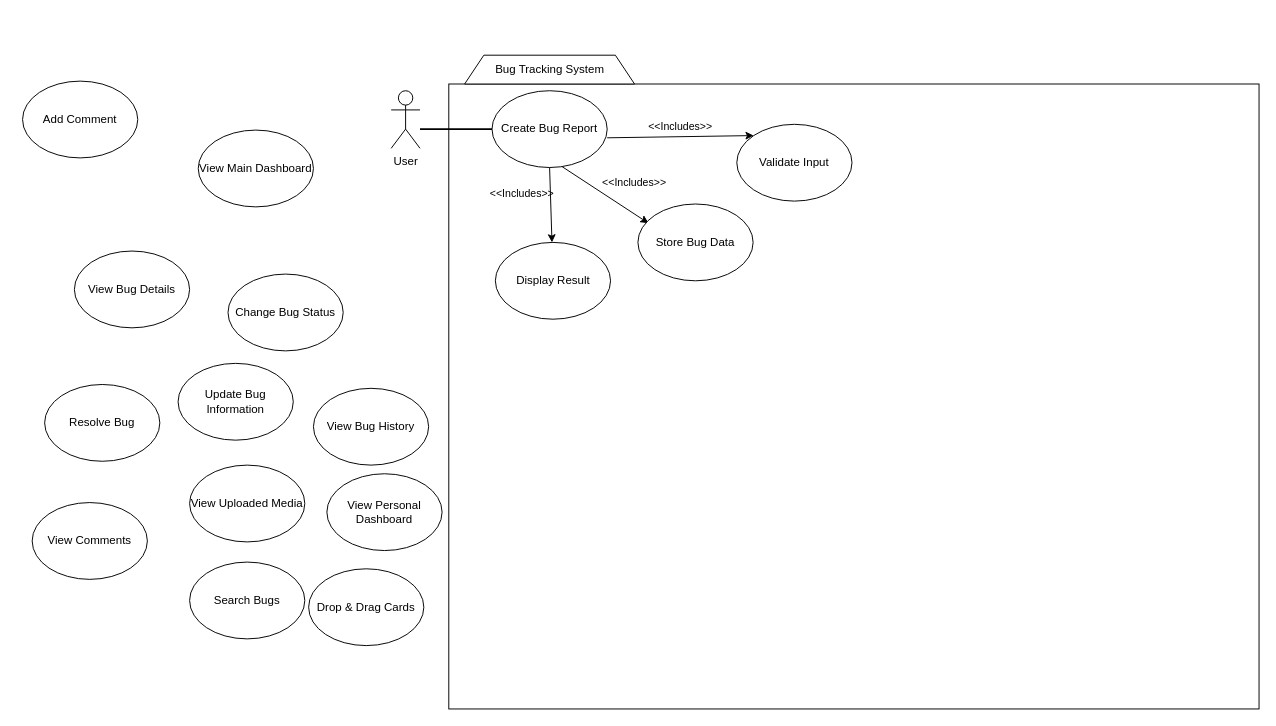
Above: UML-Diagrams/Use-Case-Diagram.drawio in ConradCJM/Bug-Terra (draw.io), before the change. Source tidied: cells renumbered, new cells numbered last; positions are measured from the earlier drawing's top-left corner, leaving out a move shared by most shapes. Both pictures are drawn from the tidied source at 96%, with x=0, y=0 at pixel (22, 55).
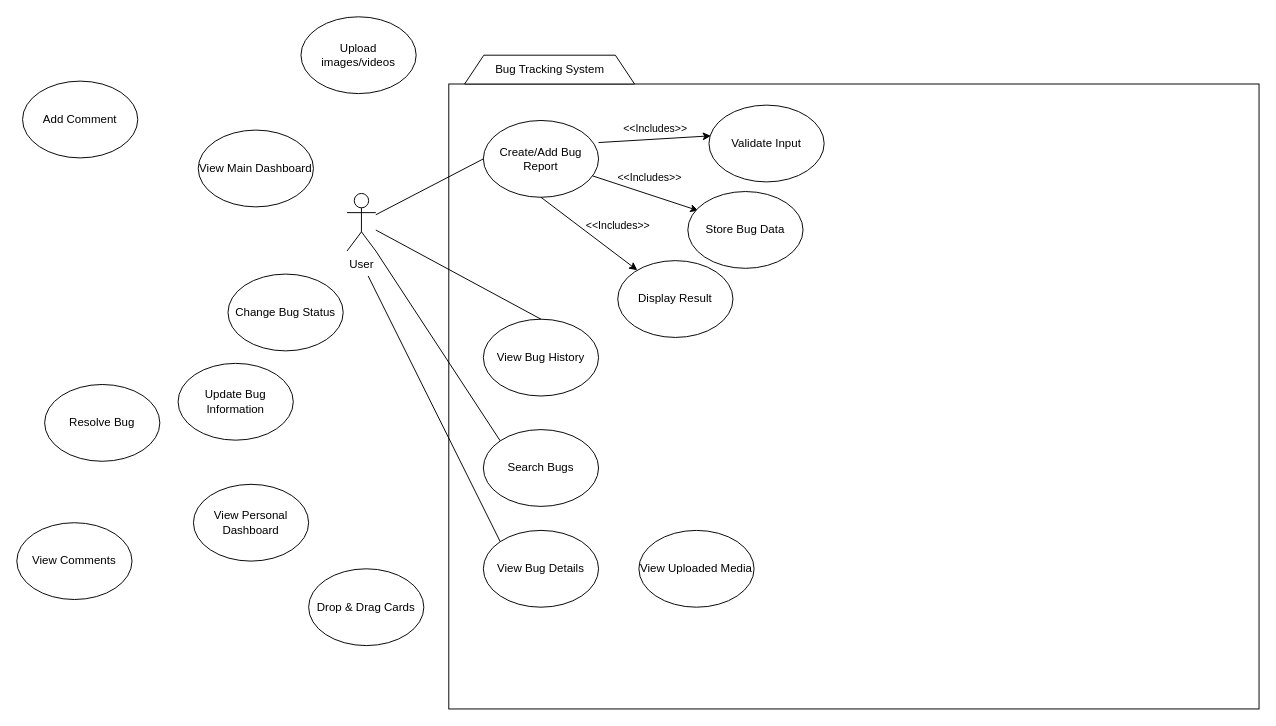
The same page after the edit.

The change refers to these unchanged cells:
```xml
<mxCell id="14" style="endArrow=classic;html=1;rounded=0;exitX=0.5;exitY=1;exitDx=0;exitDy=0;" parent="1" edge="1" source="9" target="12">
  <mxGeometry relative="1" as="geometry" />
</mxCell>
```

Diff of the diagram source:
```diff
@@
     <mxCell id="2" value="User" style="shape=umlActor;verticalLabelPosition=bottom;verticalAlign=top;html=1;outlineConnect=0;" parent="1" vertex="1">
-      <mxGeometry x="384" y="37" width="30" height="60" as="geometry" />
+      <mxGeometry x="338" y="144" width="30" height="60" as="geometry" />
     </mxCell>
@@
-    <mxCell id="5" style="rounded=0;jettySize=auto;html=1;exitX=1;exitY=0.613;exitDx=0;exitDy=0;entryX=0;entryY=0;entryDx=0;entryDy=0;exitPerimeter=0;" parent="1" edge="1" source="9" target="10">
-      <mxGeometry relative="1" as="geometry" />
+    <mxCell id="5" style="rounded=0;jettySize=auto;html=1;entryX=0.017;entryY=0.4;entryDx=0;entryDy=0;entryPerimeter=0;" parent="1" edge="1" target="10">
+      <mxGeometry relative="1" as="geometry">
+        <mxPoint x="600" y="91" as="sourcePoint" />
+      </mxGeometry>
     </mxCell>
@@
-    <mxCell id="7" style="rounded=0;jettySize=auto;html=1;entryX=0.092;entryY=0.25;entryDx=0;entryDy=0;flowAnimation=0;exitX=0.608;exitY=0.988;exitDx=0;exitDy=0;exitPerimeter=0;entryPerimeter=0;" parent="1" edge="1" source="9" target="11">
+    <mxCell id="7" style="rounded=0;jettySize=auto;html=1;entryX=0.092;entryY=0.25;entryDx=0;entryDy=0;flowAnimation=0;entryPerimeter=0;" parent="1" edge="1" source="9" target="11">
       <mxGeometry relative="1" as="geometry" />
     </mxCell>
     <mxCell id="8" value="&amp;lt;&amp;lt;Includes&amp;gt;&amp;gt;" style="edgeLabel;html=1;align=center;verticalAlign=middle;labelBackgroundColor=none;" parent="7" vertex="1">
       <mxGeometry x="0.09" y="1" relative="1" as="geometry">
-        <mxPoint x="25" y="-15" as="offset" />
+        <mxPoint x="-1" y="-17" as="offset" />
       </mxGeometry>
     </mxCell>
-    <mxCell id="9" value="Create Bug Report" style="ellipse;whiteSpace=wrap;html=1;" parent="1" vertex="1">
-      <mxGeometry x="489" y="37" width="120" height="80" as="geometry" />
+    <mxCell id="9" value="Create/Add Bug Report" style="ellipse;whiteSpace=wrap;html=1;" parent="1" vertex="1">
+      <mxGeometry x="480" y="68" width="120" height="80" as="geometry" />
     </mxCell>
     <mxCell id="10" value="Validate Input" style="ellipse;whiteSpace=wrap;html=1;" parent="1" vertex="1">
-      <mxGeometry x="744" y="72" width="120" height="80" as="geometry" />
+      <mxGeometry x="715" y="52" width="120" height="80" as="geometry" />
     </mxCell>
     <mxCell id="11" value="Store Bug Data" style="ellipse;whiteSpace=wrap;html=1;" parent="1" vertex="1">
-      <mxGeometry x="641" y="155" width="120" height="80" as="geometry" />
+      <mxGeometry x="693" y="142" width="120" height="80" as="geometry" />
     </mxCell>
     <mxCell id="12" value="Display Result" style="ellipse;whiteSpace=wrap;html=1;" parent="1" vertex="1">
-      <mxGeometry x="492.5" y="195" width="120" height="80" as="geometry" />
+      <mxGeometry x="620" y="214" width="120" height="80" as="geometry" />
     </mxCell>
-    <mxCell id="13" style="endArrow=none;html=1;rounded=0;exitX=0;exitY=0.5;exitDx=0;exitDy=0;strokeWidth=2;" parent="1" edge="1" source="9">
-      <mxGeometry relative="1" as="geometry">
-        <mxPoint x="414" y="77" as="targetPoint" />
-      </mxGeometry>
+    <mxCell id="13" style="endArrow=none;html=1;rounded=0;exitX=0;exitY=0.5;exitDx=0;exitDy=0;strokeWidth=1;" parent="1" edge="1" source="9" target="2">
+      <mxGeometry relative="1" as="geometry" />
     </mxCell>
@@
     <mxCell id="15" value="&amp;lt;&amp;lt;Includes&amp;gt;&amp;gt;" style="edgeLabel;html=1;align=center;verticalAlign=middle;labelBackgroundColor=none;" parent="14" vertex="1">
       <mxGeometry x="0.15" y="-1" relative="1" as="geometry">
-        <mxPoint x="-30" y="-19" as="offset" />
+        <mxPoint x="23" y="-15" as="offset" />
       </mxGeometry>
     </mxCell>
     <mxCell id="16" value="View Bug Details" style="ellipse;whiteSpace=wrap;html=1;" parent="1" vertex="1">
-      <mxGeometry x="54" y="204" width="120" height="80" as="geometry" />
+      <mxGeometry x="480" y="495" width="120" height="80" as="geometry" />
     </mxCell>
@@
     <mxCell id="20" value="View Comments" style="ellipse;whiteSpace=wrap;html=1;" parent="1" vertex="1">
-      <mxGeometry x="10" y="466" width="120" height="80" as="geometry" />
+      <mxGeometry x="-6" y="487" width="120" height="80" as="geometry" />
     </mxCell>
     <mxCell id="21" value="View Uploaded Media" style="ellipse;whiteSpace=wrap;html=1;" parent="1" vertex="1">
-      <mxGeometry x="174" y="427" width="120" height="80" as="geometry" />
+      <mxGeometry x="642" y="495" width="120" height="80" as="geometry" />
     </mxCell>
     <mxCell id="22" value="Search Bugs" style="ellipse;whiteSpace=wrap;html=1;" parent="1" vertex="1">
-      <mxGeometry x="174" y="528" width="120" height="80" as="geometry" />
+      <mxGeometry x="480" y="390" width="120" height="80" as="geometry" />
     </mxCell>
     <mxCell id="23" value="View Bug History" style="ellipse;whiteSpace=wrap;html=1;" parent="1" vertex="1">
-      <mxGeometry x="303" y="347" width="120" height="80" as="geometry" />
+      <mxGeometry x="480" y="275" width="120" height="80" as="geometry" />
     </mxCell>
     <mxCell id="24" value="View Personal Dashboard" style="ellipse;whiteSpace=wrap;html=1;" parent="1" vertex="1">
-      <mxGeometry x="317" y="436" width="120" height="80" as="geometry" />
+      <mxGeometry x="178" y="447" width="120" height="80" as="geometry" />
     </mxCell>
@@
+    <mxCell id="28" value="Upload images/videos" style="ellipse;whiteSpace=wrap;html=1;" parent="1" vertex="1">
+      <mxGeometry x="290" y="-40" width="120" height="80" as="geometry" />
+    </mxCell>
+    <mxCell id="29" style="endArrow=none;html=1;rounded=0;exitX=0.5;exitY=0;exitDx=0;exitDy=0;strokeWidth=1;" parent="1" edge="1" source="23" target="2">
+      <mxGeometry relative="1" as="geometry" />
+    </mxCell>
+    <mxCell id="30" style="endArrow=none;html=1;rounded=0;exitX=0;exitY=0;exitDx=0;exitDy=0;strokeWidth=1;entryX=1;entryY=1;entryDx=0;entryDy=0;entryPerimeter=0;" parent="1" edge="1" source="22" target="2">
+      <mxGeometry relative="1" as="geometry" />
+    </mxCell>
+    <mxCell id="31" style="endArrow=none;html=1;rounded=0;entryX=0;entryY=0;entryDx=0;entryDy=0;" parent="1" edge="1" target="16">
+      <mxGeometry relative="1" as="geometry">
+        <mxPoint x="360" y="230" as="sourcePoint" />
+      </mxGeometry>
+    </mxCell>
```
